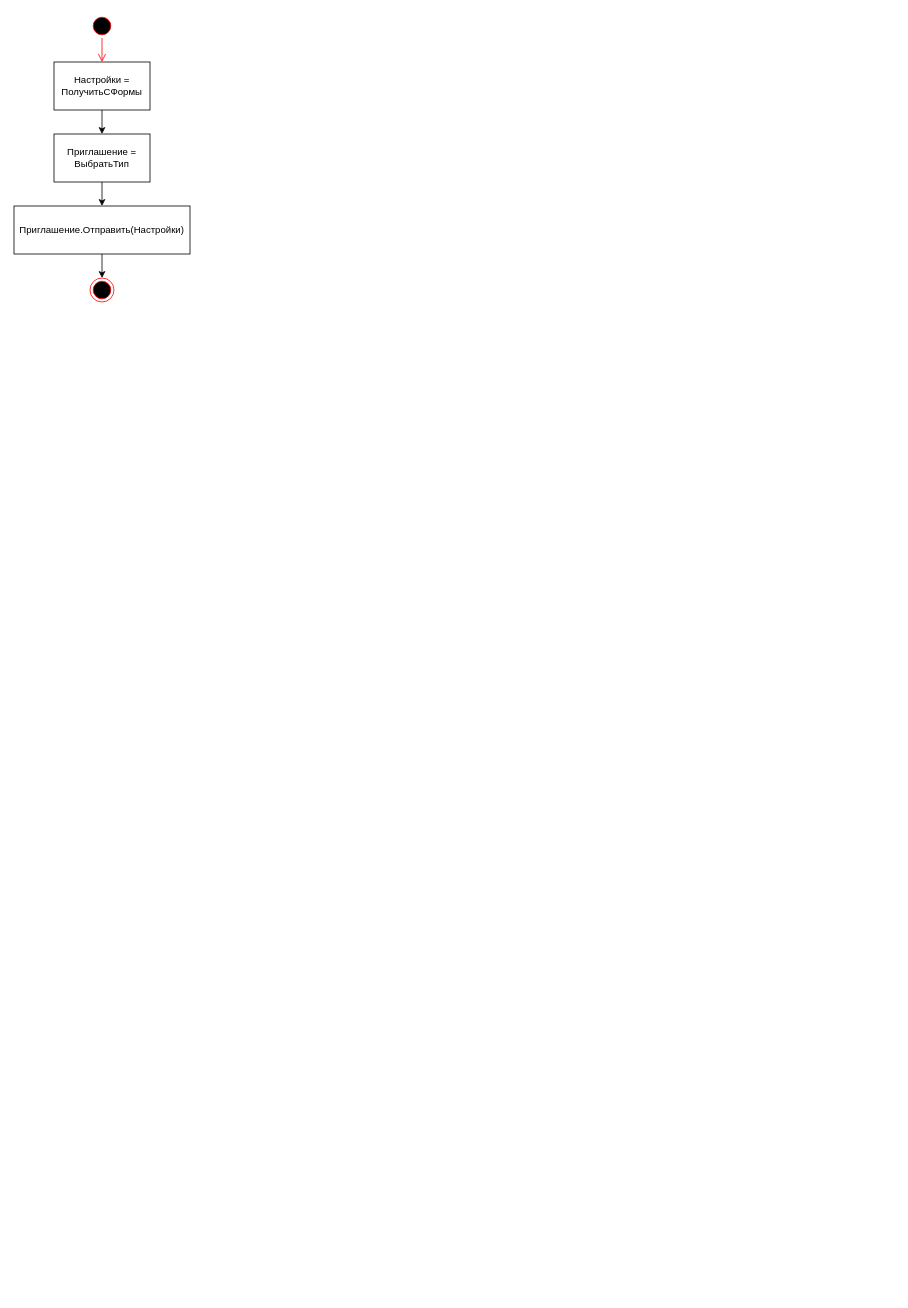
The draw.io diagram ТОАУ/ЛР2/2.drawio in eldarian-1/pstu, before the edit. Source tidied: cells renumbered, new cells numbered last; positions are measured from the earlier drawing's top-left corner, leaving out a move shared by most shapes. Both pictures are drawn from the tidied source at 80%, with x=0, y=0 at pixel (14, 14).
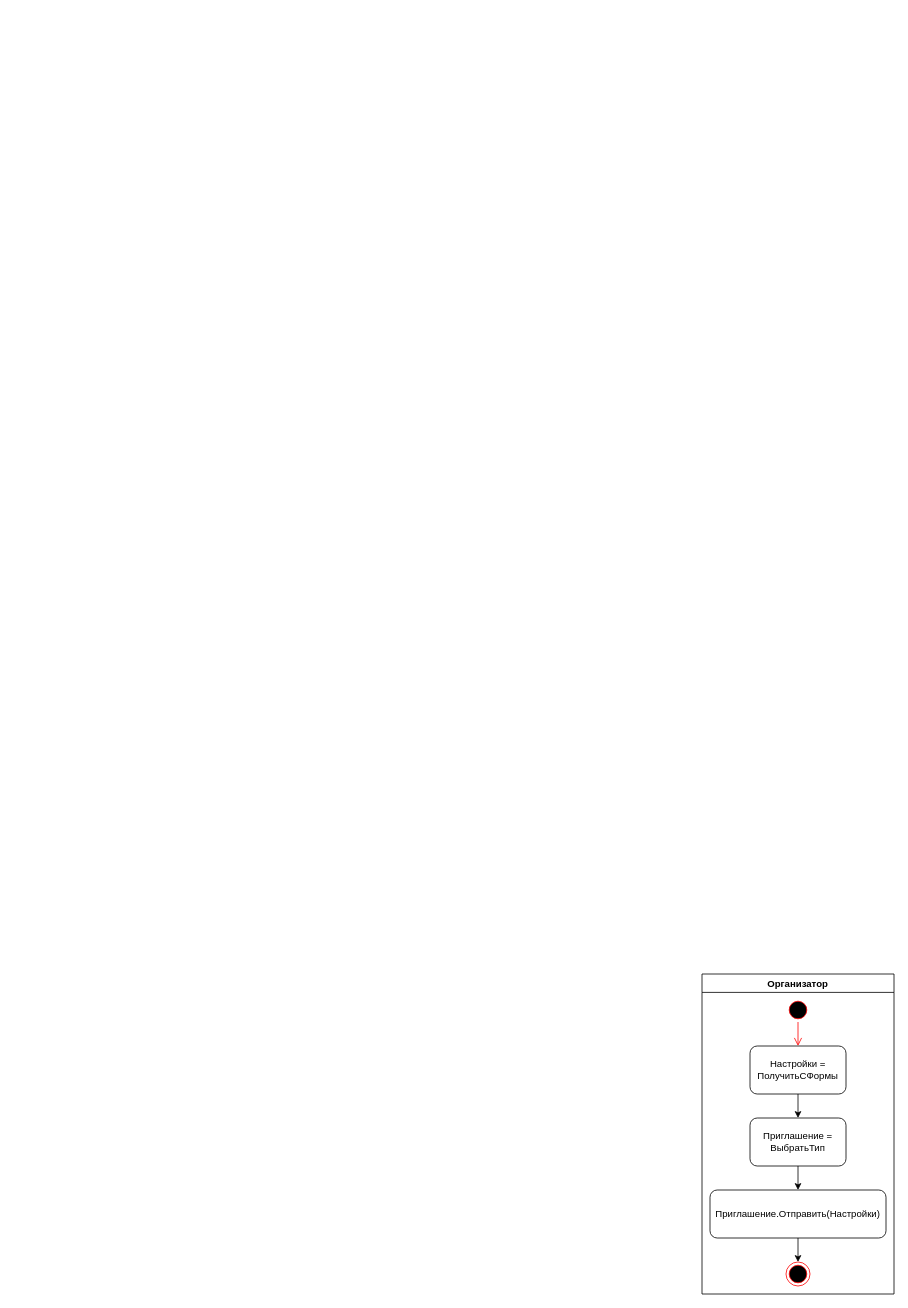
Above is the later version.

What changed in the source:
```diff
@@
 <mxGraphModel>
   <root>
     <mxCell id="0" />
     <mxCell id="1" parent="0" />
-    <mxCell id="2" style="ellipse;html=1;shape=startState;fillColor=#000000;strokeColor=#ff0000;" parent="1" vertex="1">
-      <mxGeometry x="95" width="30" height="30" as="geometry" />
-    </mxCell>
-    <mxCell id="3" style="edgeStyle=orthogonalEdgeStyle;html=1;verticalAlign=bottom;endArrow=open;endSize=8;strokeColor=#ff0000;rounded=0;" parent="1" edge="1" source="2" target="4">
-      <mxGeometry relative="1" as="geometry" />
-    </mxCell>
+    <mxCell id="11" value="Организатор" style="swimlane;" parent="1" vertex="1">
+      <mxGeometry x="860" y="1200" width="240" height="400" as="geometry" />
+    </mxCell>
+    <mxCell id="12" style="ellipse;html=1;shape=startState;fillColor=#000000;strokeColor=#ff0000;" parent="11" vertex="1">
+      <mxGeometry x="105" y="30" width="30" height="30" as="geometry" />
+    </mxCell>
+    <mxCell id="13" style="edgeStyle=orthogonalEdgeStyle;html=1;verticalAlign=bottom;endArrow=open;endSize=8;strokeColor=#ff0000;rounded=0;" parent="11" edge="1" source="12" target="4">
+      <mxGeometry relative="1" as="geometry" />
+    </mxCell>
-    <mxCell id="4" value="Настройки = ПолучитьСФормы" style="rounded=0;whiteSpace=wrap;html=1;" parent="1" vertex="1">
-      <mxGeometry x="50" y="60" width="120" height="60" as="geometry" />
+    <mxCell id="4" value="Настройки = ПолучитьСФормы" style="rounded=1;whiteSpace=wrap;html=1;" parent="11" vertex="1">
+      <mxGeometry x="60" y="90" width="120" height="60" as="geometry" />
     </mxCell>
-    <mxCell id="5" value="Приглашение = ВыбратьТип" style="rounded=0;whiteSpace=wrap;html=1;" parent="1" vertex="1">
-      <mxGeometry x="50" y="150" width="120" height="60" as="geometry" />
+    <mxCell id="5" value="Приглашение = ВыбратьТип" style="rounded=1;whiteSpace=wrap;html=1;" parent="11" vertex="1">
+      <mxGeometry x="60" y="180" width="120" height="60" as="geometry" />
     </mxCell>
-    <mxCell id="6" style="endArrow=classic;html=1;rounded=0;" parent="1" edge="1" source="4" target="5">
+    <mxCell id="6" style="endArrow=classic;html=1;rounded=0;" parent="11" edge="1" source="4" target="5">
       <mxGeometry relative="1" as="geometry" />
     </mxCell>
-    <mxCell id="7" style="ellipse;html=1;shape=endState;fillColor=#000000;strokeColor=#ff0000;" parent="1" vertex="1">
-      <mxGeometry x="95" y="330" width="30" height="30" as="geometry" />
-    </mxCell>
+    <mxCell id="14" style="ellipse;html=1;shape=endState;fillColor=#000000;strokeColor=#ff0000;" parent="11" vertex="1">
+      <mxGeometry x="105" y="360" width="30" height="30" as="geometry" />
+    </mxCell>
-    <mxCell id="8" style="endArrow=classic;html=1;rounded=0;" parent="1" edge="1" source="5" target="9">
+    <mxCell id="8" style="endArrow=classic;html=1;rounded=0;" parent="11" edge="1" source="5" target="9">
       <mxGeometry relative="1" as="geometry" />
     </mxCell>
-    <mxCell id="9" value="Приглашение.Отправить(Настройки)" style="rounded=0;whiteSpace=wrap;html=1;" parent="1" vertex="1">
-      <mxGeometry y="240" width="220" height="60" as="geometry" />
+    <mxCell id="9" value="Приглашение.Отправить(Настройки)" style="rounded=1;whiteSpace=wrap;html=1;" parent="11" vertex="1">
+      <mxGeometry x="10" y="270" width="220" height="60" as="geometry" />
     </mxCell>
-    <mxCell id="10" style="endArrow=classic;html=1;rounded=0;" parent="1" edge="1" source="9" target="7">
-      <mxGeometry relative="1" as="geometry" />
-    </mxCell>
+    <mxCell id="15" style="endArrow=classic;html=1;rounded=0;" parent="11" edge="1" source="9" target="14">
+      <mxGeometry relative="1" as="geometry" />
+    </mxCell>
   </root>
 </mxGraphModel>
```
